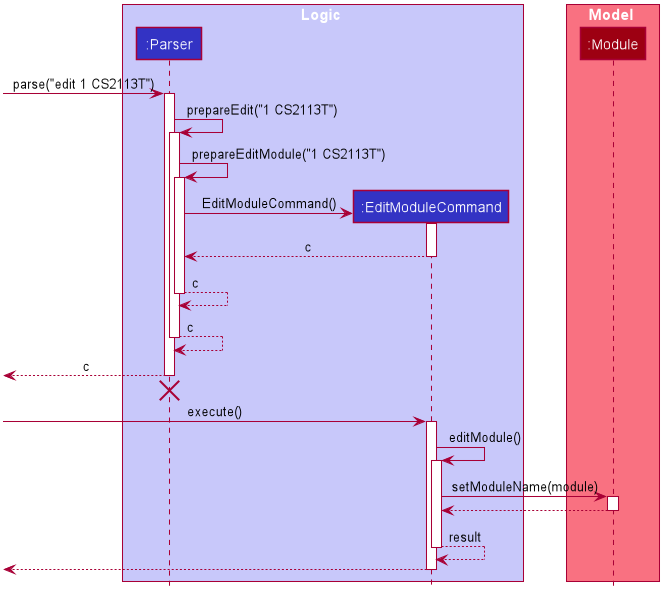
Above: docs/DG_Images/LogicSequenceDiagram.png in nus-cs2113-AY2021S1/tp (PlantUML), before the change.
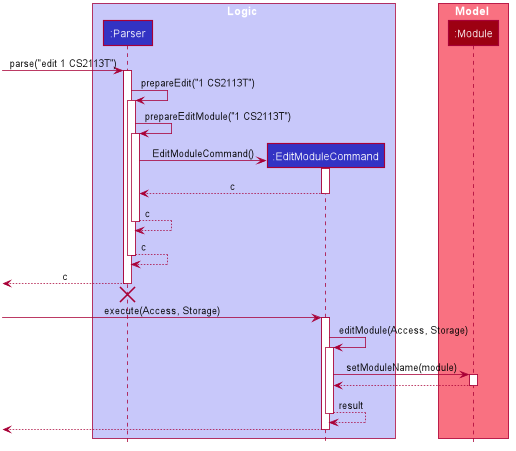
The same diagram one commit later.

What changed in the source:
```diff
@@ -84,10 +84,10 @@
 [<-[hidden]- Parser
 destroy Parser
 
-[-> EditModuleCommand : execute()
+[-> EditModuleCommand : execute(Access, Storage)
 activate EditModuleCommand
 
-EditModuleCommand -> EditModuleCommand : editModule()
+EditModuleCommand -> EditModuleCommand : editModule(Access, Storage)
 activate EditModuleCommand
 
 EditModuleCommand -> Module : setModuleName(module)
```
